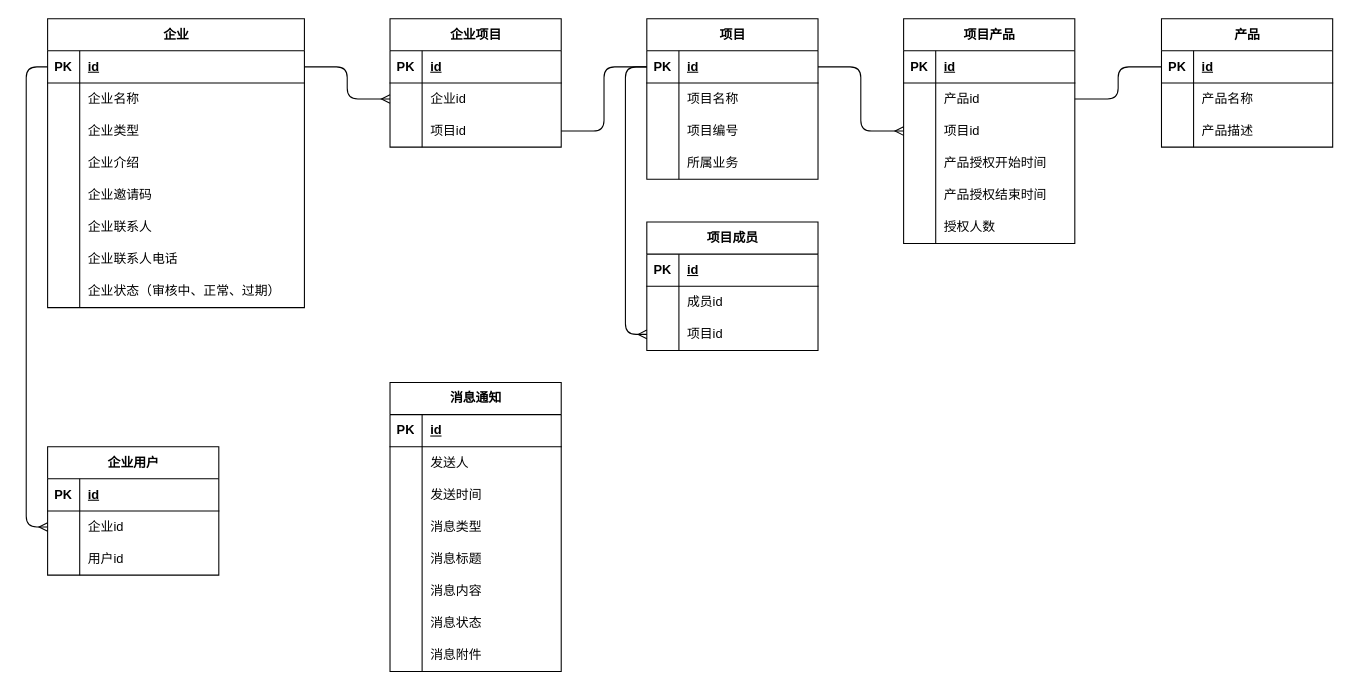
Before: page "E-R图" (1 of 4) of others/产品中心.drawio in Qunz/drawio, a draw.io diagram. Source tidied: cells renumbered, new cells numbered last; positions are measured from the earlier drawing's top-left corner, leaving out a move shared by most shapes. Both pictures are drawn from the tidied source at 107%, with x=0, y=0 at pixel (47, 18).
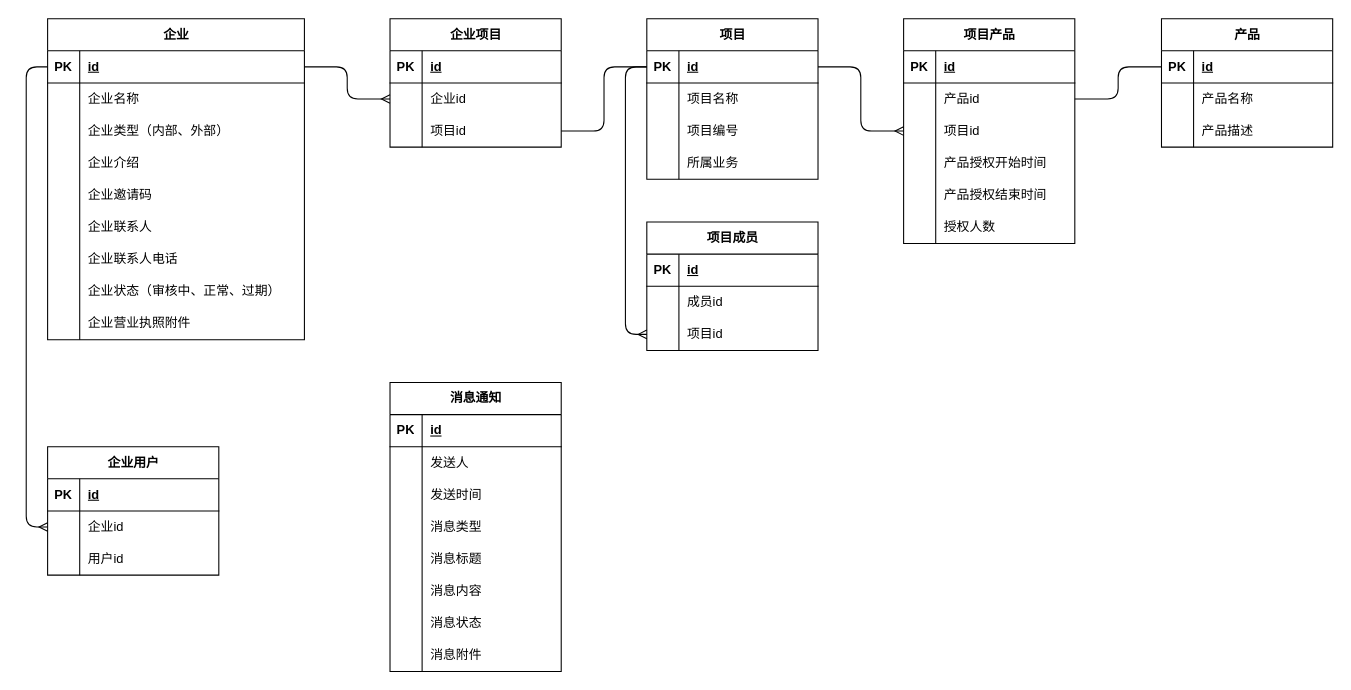
After the change.

Unchanged cells that the change refers to:
```xml
<mxCell id="9" style="shape=tableRow;horizontal=0;startSize=0;swimlaneHead=0;swimlaneBody=0;fillColor=none;top=0;left=0;right=0;bottom=0;" parent="2" vertex="1">
  <mxGeometry y="90" width="240" height="30" as="geometry" />
</mxCell>
```

Change to the diagram source:
```diff
@@
     <mxCell id="2" value="企业" style="shape=table;startSize=30;childLayout=tableLayout;rowLines=0;fontStyle=1;align=center;html=1;" parent="1" vertex="1">
-      <mxGeometry width="240" height="270" as="geometry" />
+      <mxGeometry width="240" height="300" as="geometry" />
     </mxCell>
@@
-    <mxCell id="11" value="企业类型" style="shape=partialRectangle;fillColor=none;top=0;left=0;bottom=0;right=0;align=left;spacingLeft=6;overflow=hidden;whiteSpace=wrap;html=1;" parent="9" vertex="1">
+    <mxCell id="11" value="企业类型（内部、外部）" style="shape=partialRectangle;fillColor=none;top=0;left=0;bottom=0;right=0;align=left;spacingLeft=6;overflow=hidden;whiteSpace=wrap;html=1;" parent="9" vertex="1">
       <mxGeometry x="30" width="210" height="30" as="geometry" />
     </mxCell>
@@
+    <mxCell id="130" style="shape=tableRow;horizontal=0;startSize=0;swimlaneHead=0;swimlaneBody=0;fillColor=none;top=0;left=0;right=0;bottom=0;" parent="2" vertex="1">
+      <mxGeometry y="270" width="240" height="30" as="geometry" />
+    </mxCell>
+    <mxCell id="131" style="shape=partialRectangle;fillColor=none;top=0;left=0;bottom=0;right=0;overflow=hidden;whiteSpace=wrap;html=1;" parent="130" vertex="1">
+      <mxGeometry width="30" height="30" as="geometry" />
+    </mxCell>
+    <mxCell id="132" value="企业营业执照附件" style="shape=partialRectangle;fillColor=none;top=0;left=0;bottom=0;right=0;align=left;spacingLeft=6;overflow=hidden;whiteSpace=wrap;html=1;" parent="130" vertex="1">
+      <mxGeometry x="30" width="210" height="30" as="geometry" />
+    </mxCell>
```
